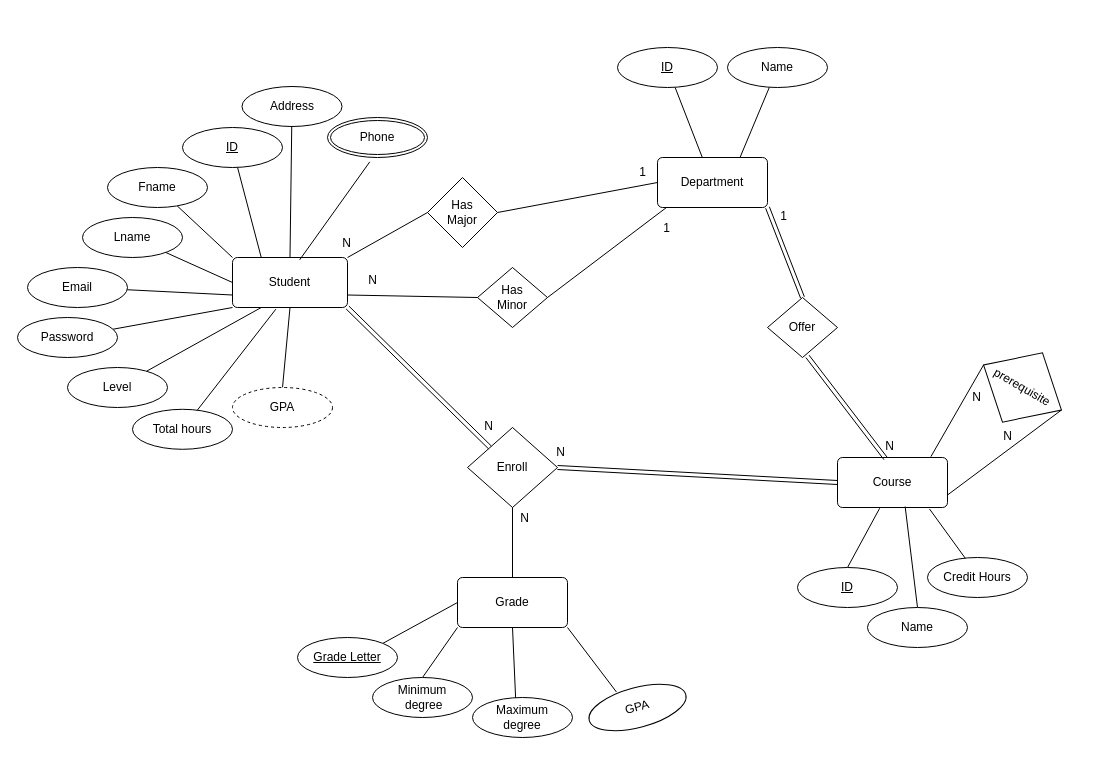
The draw.io diagram 1.Database Design/University.drawio in Diaa-Ahmed/Data-Management-System-For-University, before the edit. Source tidied: cells renumbered, new cells numbered last; positions are measured from the earlier drawing's top-left corner, leaving out a move shared by most shapes. Both pictures are drawn from the tidied source at 100%, with x=0, y=0 at pixel (17, 47).
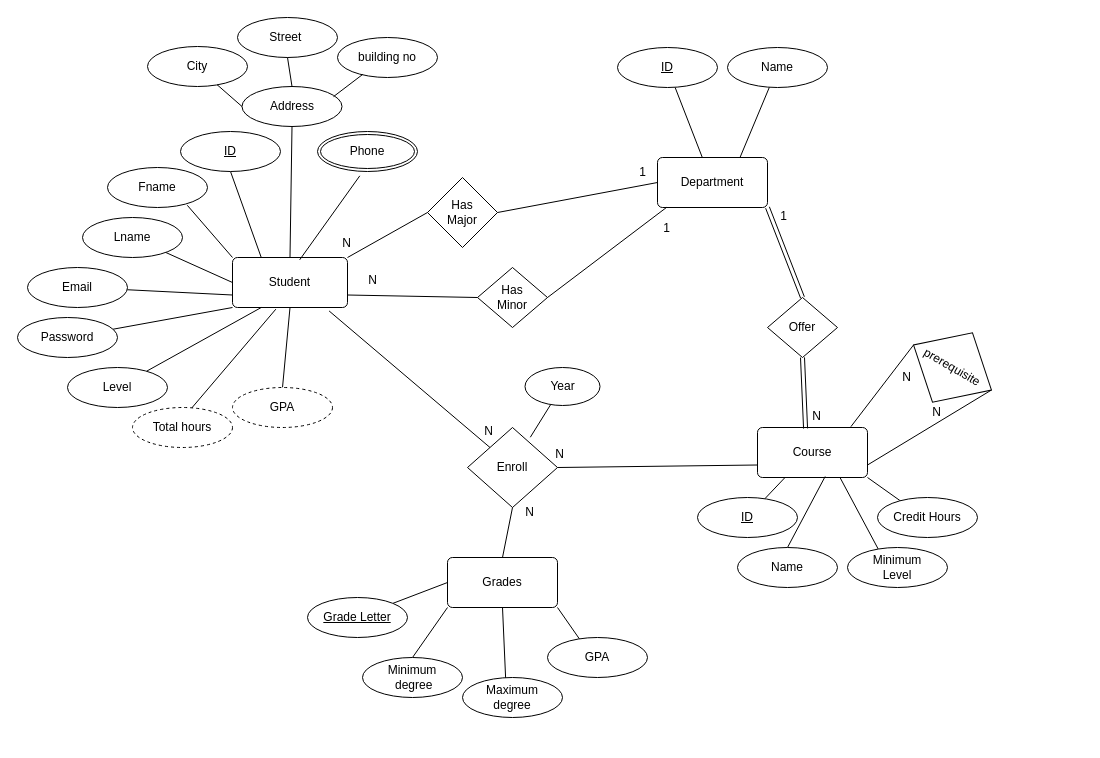
After the change.

The change refers to these unchanged cells:
```xml
<mxCell id="2" value="Student" style="rounded=1;arcSize=10;whiteSpace=wrap;html=1;align=center;" parent="1" vertex="1">
  <mxGeometry x="215" y="210" width="115" height="50" as="geometry" />
</mxCell>
<mxCell id="7" value="Address" style="ellipse;whiteSpace=wrap;html=1;align=center;" parent="1" vertex="1">
  <mxGeometry x="224.5" y="39" width="100" height="40" as="geometry" />
</mxCell>
<mxCell id="22" value="Offer" style="shape=rhombus;perimeter=rhombusPerimeter;whiteSpace=wrap;html=1;align=center;" parent="1" vertex="1">
  <mxGeometry x="750" y="250" width="70" height="60" as="geometry" />
</mxCell>
<mxCell id="26" value="Fname" style="ellipse;whiteSpace=wrap;html=1;align=center;" parent="1" vertex="1">
  <mxGeometry x="90" y="120" width="100" height="40" as="geometry" />
</mxCell>
<mxCell id="52" style="endArrow=none;html=1;rounded=0;exitX=1;exitY=0.75;exitDx=0;exitDy=0;entryX=1;entryY=0.5;entryDx=0;entryDy=0;" parent="1" edge="1" source="21" target="49">
  <mxGeometry relative="1" as="geometry" />
</mxCell>
<mxCell id="60" value="Enroll" style="shape=rhombus;perimeter=rhombusPerimeter;whiteSpace=wrap;html=1;align=center;" parent="1" vertex="1">
  <mxGeometry x="450" y="380" width="90" height="80" as="geometry" />
</mxCell>
<mxCell id="69" style="endArrow=none;html=1;rounded=0;exitX=0.5;exitY=0;exitDx=0;exitDy=0;entryX=0.5;entryY=1;entryDx=0;entryDy=0;" parent="1" edge="1" source="14" target="60">
  <mxGeometry relative="1" as="geometry" />
</mxCell>
```

Change to the diagram source:
```diff
@@
-    <mxCell id="6" style="endArrow=none;html=1;rounded=0;exitX=0.5;exitY=0;exitDx=0;exitDy=0;" parent="1" edge="1" source="2" target="7">
+    <mxCell id="6" style="endArrow=none;html=1;rounded=0;exitX=0.5;exitY=0;exitDx=0;exitDy=0;entryX=0.5;entryY=1;entryDx=0;entryDy=0;" parent="1" edge="1" source="2" target="7">
       <mxGeometry relative="1" as="geometry" />
     </mxCell>
@@
-    <mxCell id="8" style="endArrow=none;html=1;rounded=0;exitX=0.25;exitY=0;exitDx=0;exitDy=0;" parent="1" edge="1" source="2" target="9">
+    <mxCell id="8" style="endArrow=none;html=1;rounded=0;exitX=0.25;exitY=0;exitDx=0;exitDy=0;entryX=0.5;entryY=1;entryDx=0;entryDy=0;" parent="1" edge="1" source="2" target="9">
       <mxGeometry relative="1" as="geometry" />
     </mxCell>
     <mxCell id="9" value="ID" style="ellipse;whiteSpace=wrap;html=1;align=center;fontStyle=4;" parent="1" vertex="1">
-      <mxGeometry x="165" y="80" width="100" height="40" as="geometry" />
+      <mxGeometry x="163" y="84" width="100" height="40" as="geometry" />
     </mxCell>
@@
-    <mxCell id="14" value="Grade" style="rounded=1;arcSize=10;whiteSpace=wrap;html=1;align=center;" parent="1" vertex="1">
-      <mxGeometry x="440" y="530" width="110" height="50" as="geometry" />
+    <mxCell id="14" value="Grades" style="rounded=1;arcSize=10;whiteSpace=wrap;html=1;align=center;" parent="1" vertex="1">
+      <mxGeometry x="430" y="510" width="110" height="50" as="geometry" />
     </mxCell>
@@
     <mxCell id="17" value="Maximum&lt;br&gt;degree" style="ellipse;whiteSpace=wrap;html=1;align=center;" parent="1" vertex="1">
-      <mxGeometry x="455" y="650" width="100" height="40" as="geometry" />
+      <mxGeometry x="445" y="630" width="100" height="40" as="geometry" />
     </mxCell>
@@
     <mxCell id="19" value="&lt;u&gt;Grade Letter&lt;/u&gt;" style="ellipse;whiteSpace=wrap;html=1;align=center;" parent="1" vertex="1">
-      <mxGeometry x="280" y="590" width="100" height="40" as="geometry" />
+      <mxGeometry x="290" y="550" width="100" height="40" as="geometry" />
     </mxCell>
@@
     <mxCell id="21" value="Course" style="rounded=1;arcSize=10;whiteSpace=wrap;html=1;align=center;" parent="1" vertex="1">
-      <mxGeometry x="820" y="410" width="110" height="50" as="geometry" />
+      <mxGeometry x="740" y="380" width="110" height="50" as="geometry" />
     </mxCell>
@@
     <mxCell id="23" value="Phone" style="ellipse;shape=doubleEllipse;margin=3;whiteSpace=wrap;html=1;align=center;" parent="1" vertex="1">
-      <mxGeometry x="310" y="70" width="100" height="40" as="geometry" />
+      <mxGeometry x="300" y="84" width="100" height="40" as="geometry" />
     </mxCell>
@@
-    <mxCell id="25" style="endArrow=none;html=1;rounded=0;exitX=0;exitY=0;exitDx=0;exitDy=0;" parent="1" edge="1" source="2" target="26">
+    <mxCell id="25" style="endArrow=none;html=1;rounded=0;exitX=0;exitY=0;exitDx=0;exitDy=0;entryX=0.798;entryY=0.945;entryDx=0;entryDy=0;entryPerimeter=0;" parent="1" edge="1" source="2" target="26">
       <mxGeometry relative="1" as="geometry" />
     </mxCell>
@@
-    <mxCell id="39" style="endArrow=none;html=1;rounded=0;exitX=0.5;exitY=0;exitDx=0;exitDy=0;entryX=0.383;entryY=1.016;entryDx=0;entryDy=0;entryPerimeter=0;" parent="1" edge="1" source="40" target="21">
+    <mxCell id="39" style="endArrow=none;html=1;rounded=0;entryX=0.25;entryY=1;entryDx=0;entryDy=0;" parent="1" edge="1" source="40" target="21">
       <mxGeometry relative="1" as="geometry" />
     </mxCell>
     <mxCell id="40" value="ID" style="ellipse;whiteSpace=wrap;html=1;align=center;fontStyle=4;" parent="1" vertex="1">
-      <mxGeometry x="780" y="520" width="100" height="40" as="geometry" />
+      <mxGeometry x="680" y="450" width="100" height="40" as="geometry" />
     </mxCell>
@@
     <mxCell id="42" value="Name" style="ellipse;whiteSpace=wrap;html=1;align=center;" parent="1" vertex="1">
-      <mxGeometry x="850" y="560" width="100" height="40" as="geometry" />
+      <mxGeometry x="720" y="500" width="100" height="40" as="geometry" />
     </mxCell>
-    <mxCell id="43" style="endArrow=none;html=1;rounded=0;exitX=0.386;exitY=0.047;exitDx=0;exitDy=0;entryX=0.836;entryY=1.028;entryDx=0;entryDy=0;exitPerimeter=0;entryPerimeter=0;" parent="1" edge="1" source="44" target="21">
+    <mxCell id="43" style="endArrow=none;html=1;rounded=0;exitX=0.252;exitY=0.125;exitDx=0;exitDy=0;entryX=1;entryY=1;entryDx=0;entryDy=0;exitPerimeter=0;" parent="1" edge="1" source="44" target="21">
       <mxGeometry relative="1" as="geometry" />
     </mxCell>
     <mxCell id="44" value="Credit Hours" style="ellipse;whiteSpace=wrap;html=1;align=center;" parent="1" vertex="1">
-      <mxGeometry x="910" y="510" width="100" height="40" as="geometry" />
+      <mxGeometry x="860" y="450" width="100" height="40" as="geometry" />
     </mxCell>
-    <mxCell id="45" style="shape=link;html=1;rounded=0;entryX=0.437;entryY=0.02;entryDx=0;entryDy=0;entryPerimeter=0;" parent="1" edge="1" target="21">
-      <mxGeometry relative="1" as="geometry">
-        <mxPoint x="790" y="308.9" as="sourcePoint" />
-      </mxGeometry>
+    <mxCell id="45" style="shape=link;html=1;rounded=0;entryX=0.437;entryY=0.02;entryDx=0;entryDy=0;entryPerimeter=0;exitX=0.5;exitY=1;exitDx=0;exitDy=0;" parent="1" edge="1" source="22" target="21">
+      <mxGeometry relative="1" as="geometry" />
     </mxCell>
     <mxCell id="46" value="N" style="html=1;whiteSpace=wrap;align=right;verticalAlign=bottom;" parent="45" vertex="1">
       <mxGeometry x="1" relative="1" as="geometry">
-        <mxPoint x="10" y="-4" as="offset" />
+        <mxPoint x="17" y="-4" as="offset" />
       </mxGeometry>
     </mxCell>
@@
     <mxCell id="49" value="prerequisite" style="shape=rhombus;perimeter=rhombusPerimeter;whiteSpace=wrap;html=1;align=center;rotation=30;" parent="1" vertex="1">
-      <mxGeometry x="960" y="300" width="90" height="80" as="geometry" />
+      <mxGeometry x="890" y="280" width="90" height="80" as="geometry" />
     </mxCell>
@@
     <mxCell id="53" value="N" style="html=1;whiteSpace=wrap;align=right;verticalAlign=bottom;" parent="52" vertex="1">
       <mxGeometry x="1" relative="1" as="geometry">
-        <mxPoint x="-48" y="34" as="offset" />
+        <mxPoint x="-49" y="31" as="offset" />
       </mxGeometry>
     </mxCell>
     <mxCell id="54" value="Minimum&lt;br&gt;&amp;nbsp;degree" style="ellipse;whiteSpace=wrap;html=1;align=center;" parent="1" vertex="1">
-      <mxGeometry x="355" y="630" width="100" height="40" as="geometry" />
+      <mxGeometry x="345" y="610" width="100" height="40" as="geometry" />
     </mxCell>
-    <mxCell id="55" style="endArrow=none;html=1;rounded=0;exitX=1;exitY=1;exitDx=0;exitDy=0;entryX=0.337;entryY=-0.009;entryDx=0;entryDy=0;entryPerimeter=0;" parent="1" edge="1" source="14" target="56">
+    <mxCell id="55" style="endArrow=none;html=1;rounded=0;exitX=1;exitY=1;exitDx=0;exitDy=0;entryX=0.334;entryY=0.089;entryDx=0;entryDy=0;entryPerimeter=0;" parent="1" edge="1" source="14" target="56">
       <mxGeometry relative="1" as="geometry" />
     </mxCell>
-    <mxCell id="56" value="GPA" style="ellipse;whiteSpace=wrap;html=1;align=center;rotation=-15;" parent="1" vertex="1">
-      <mxGeometry x="570" y="640" width="100" height="40" as="geometry" />
+    <mxCell id="56" value="GPA" style="ellipse;whiteSpace=wrap;html=1;align=center;rotation=0;" parent="1" vertex="1">
+      <mxGeometry x="530" y="590" width="100" height="40" as="geometry" />
     </mxCell>
@@
-    <mxCell id="58" style="endArrow=none;html=1;rounded=0;exitX=0.377;exitY=1.033;exitDx=0;exitDy=0;exitPerimeter=0;" parent="1" edge="1" source="2" target="59">
+    <mxCell id="58" style="endArrow=none;html=1;rounded=0;exitX=0.377;exitY=1.033;exitDx=0;exitDy=0;exitPerimeter=0;entryX=0.578;entryY=0.055;entryDx=0;entryDy=0;entryPerimeter=0;" parent="1" edge="1" source="2" target="59">
       <mxGeometry relative="1" as="geometry" />
     </mxCell>
-    <mxCell id="59" value="Total hours" style="ellipse;whiteSpace=wrap;html=1;align=center;" parent="1" vertex="1">
-      <mxGeometry x="115" y="361.8" width="100" height="40" as="geometry" />
-    </mxCell>
@@
-    <mxCell id="65" style="shape=link;html=1;rounded=0;entryX=0;entryY=0;entryDx=0;entryDy=0;exitX=1;exitY=1;exitDx=0;exitDy=0;" parent="1" edge="1" source="2" target="60">
-      <mxGeometry relative="1" as="geometry" />
-    </mxCell>
-    <mxCell id="66" value="N" style="html=1;whiteSpace=wrap;align=right;verticalAlign=bottom;" parent="65" vertex="1">
-      <mxGeometry x="1" relative="1" as="geometry">
-        <mxPoint x="4" y="-13" as="offset" />
-      </mxGeometry>
-    </mxCell>
-    <mxCell id="67" style="shape=link;html=1;rounded=0;exitX=1;exitY=0.5;exitDx=0;exitDy=0;entryX=0;entryY=0.5;entryDx=0;entryDy=0;" parent="1" edge="1" source="60" target="21">
-      <mxGeometry relative="1" as="geometry" />
-    </mxCell>
-    <mxCell id="68" value="N" style="html=1;whiteSpace=wrap;align=right;verticalAlign=bottom;" parent="67" vertex="1">
-      <mxGeometry x="1" relative="1" as="geometry">
-        <mxPoint x="-271" y="-22" as="offset" />
-      </mxGeometry>
-    </mxCell>
@@
     <mxCell id="70" value="N" style="html=1;whiteSpace=wrap;align=right;verticalAlign=bottom;" parent="69" vertex="1">
       <mxGeometry x="1" relative="1" as="geometry">
-        <mxPoint x="18" y="19" as="offset" />
+        <mxPoint x="23" y="13" as="offset" />
       </mxGeometry>
     </mxCell>
+    <mxCell id="71" value="City" style="ellipse;whiteSpace=wrap;html=1;align=center;" parent="1" vertex="1">
+      <mxGeometry x="130" y="-1" width="100" height="40" as="geometry" />
+    </mxCell>
+    <mxCell id="72" value="Street&amp;nbsp;" style="ellipse;whiteSpace=wrap;html=1;align=center;" parent="1" vertex="1">
+      <mxGeometry x="220" y="-30" width="100" height="40" as="geometry" />
+    </mxCell>
+    <mxCell id="73" value="building no" style="ellipse;whiteSpace=wrap;html=1;align=center;" parent="1" vertex="1">
+      <mxGeometry x="320" y="-10" width="100" height="40" as="geometry" />
+    </mxCell>
+    <mxCell id="74" style="endArrow=none;html=1;rounded=0;exitX=0.695;exitY=0.953;exitDx=0;exitDy=0;exitPerimeter=0;entryX=0;entryY=0.5;entryDx=0;entryDy=0;" parent="1" edge="1" source="71" target="7">
+      <mxGeometry relative="1" as="geometry" />
+    </mxCell>
+    <mxCell id="75" style="endArrow=none;html=1;rounded=0;exitX=0.5;exitY=1;exitDx=0;exitDy=0;entryX=0.5;entryY=0;entryDx=0;entryDy=0;" parent="1" edge="1" source="72" target="7">
+      <mxGeometry relative="1" as="geometry" />
+    </mxCell>
+    <mxCell id="76" style="endArrow=none;html=1;rounded=0;exitX=0.915;exitY=0.253;exitDx=0;exitDy=0;exitPerimeter=0;entryX=0.252;entryY=0.923;entryDx=0;entryDy=0;entryPerimeter=0;" parent="1" edge="1" source="7" target="73">
+      <mxGeometry relative="1" as="geometry" />
+    </mxCell>
+    <mxCell id="77" style="endArrow=none;html=1;rounded=0;entryX=1;entryY=0.5;entryDx=0;entryDy=0;exitX=0;exitY=0.75;exitDx=0;exitDy=0;" parent="1" edge="1" source="21" target="60">
+      <mxGeometry relative="1" as="geometry" />
+    </mxCell>
+    <mxCell id="78" value="N" style="html=1;whiteSpace=wrap;align=right;verticalAlign=bottom;" parent="77" vertex="1">
+      <mxGeometry x="1" relative="1" as="geometry">
+        <mxPoint x="8" y="-5" as="offset" />
+      </mxGeometry>
+    </mxCell>
+    <mxCell id="65" style="endArrow=none;html=1;rounded=0;exitX=0.84;exitY=1.069;exitDx=0;exitDy=0;exitPerimeter=0;entryX=0;entryY=0;entryDx=0;entryDy=0;" parent="1" edge="1" source="2" target="60">
+      <mxGeometry relative="1" as="geometry" />
+    </mxCell>
+    <mxCell id="79" value="N" style="html=1;whiteSpace=wrap;align=right;verticalAlign=bottom;" parent="65" vertex="1">
+      <mxGeometry x="1" relative="1" as="geometry">
+        <mxPoint x="5" y="-8" as="offset" />
+      </mxGeometry>
+    </mxCell>
+    <mxCell id="80" value="Year" style="ellipse;whiteSpace=wrap;html=1;align=center;" parent="1" vertex="1">
+      <mxGeometry x="507.5" y="320" width="75" height="38" as="geometry" />
+    </mxCell>
+    <mxCell id="81" style="endArrow=none;html=1;rounded=0;exitX=0.339;exitY=0.986;exitDx=0;exitDy=0;entryX=0.698;entryY=0.122;entryDx=0;entryDy=0;entryPerimeter=0;exitPerimeter=0;" parent="1" edge="1" source="80" target="60">
+      <mxGeometry relative="1" as="geometry" />
+    </mxCell>
+    <mxCell id="59" value="Total hours" style="ellipse;whiteSpace=wrap;html=1;align=center;dashed=1;" parent="1" vertex="1">
+      <mxGeometry x="115" y="360" width="100" height="40" as="geometry" />
+    </mxCell>
+    <mxCell id="82" style="endArrow=none;html=1;rounded=0;exitX=0.316;exitY=0.08;exitDx=0;exitDy=0;entryX=0.75;entryY=1;entryDx=0;entryDy=0;exitPerimeter=0;" parent="1" edge="1" source="83" target="21">
+      <mxGeometry relative="1" as="geometry" />
+    </mxCell>
+    <mxCell id="83" value="Minimum &lt;br&gt;Level" style="ellipse;whiteSpace=wrap;html=1;align=center;" parent="1" vertex="1">
+      <mxGeometry x="830" y="500" width="100" height="40" as="geometry" />
+    </mxCell>
+    <mxCell id="84" style="edgeStyle=orthogonalEdgeStyle;rounded=0;orthogonalLoop=1;jettySize=auto;html=1;exitX=0.5;exitY=1;exitDx=0;exitDy=0;" parent="1" edge="1" source="40" target="40">
+      <mxGeometry relative="1" as="geometry" />
+    </mxCell>
```
